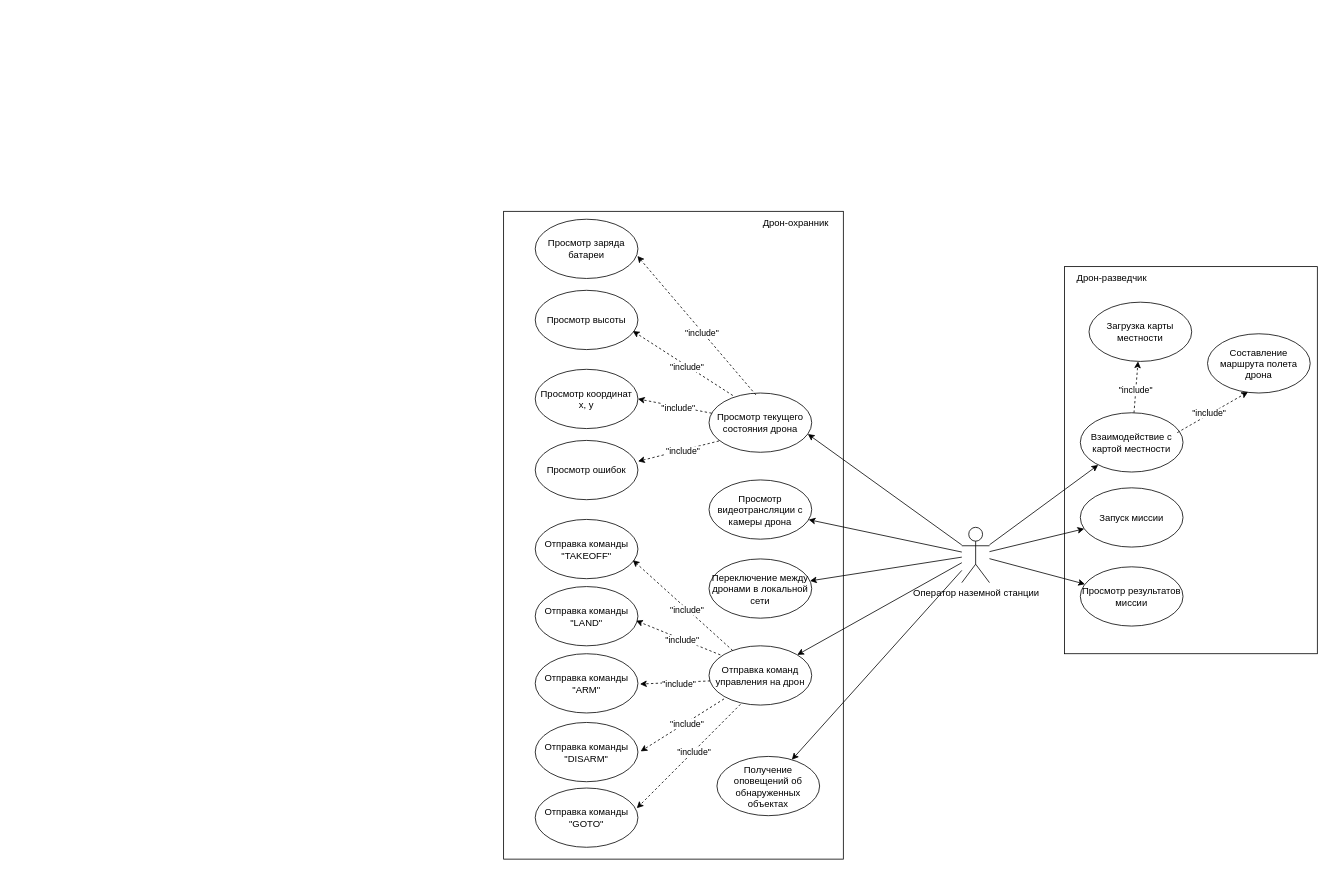
Above: src/diagrams/uml-use-case/use-case3.drawio in zimkov/system-engineering-playbook (draw.io), before the change. Source tidied: cells renumbered, new cells numbered last; positions are measured from the earlier drawing's top-left corner, leaving out a move shared by most shapes. Both pictures are drawn from the tidied source at 79%, with x=0, y=0 at pixel (503, 211).
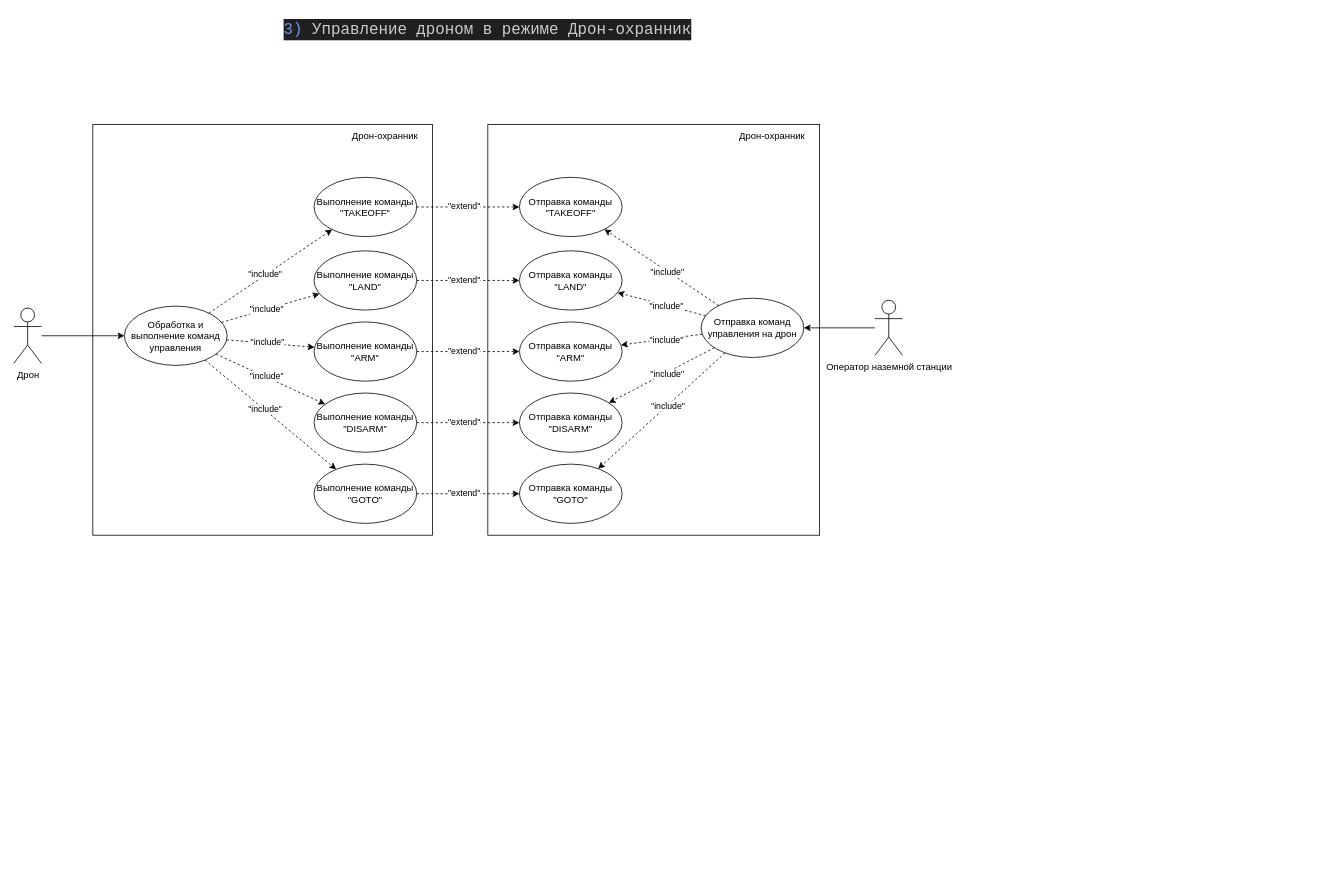
The same page after the edit.

Commit message (it also covers changes not shown here):
use-case

The edit, as a diff of the source:
```diff
@@
-    <mxCell id="2" style="rounded=0;whiteSpace=wrap;html=1;fillColor=none;" parent="1" vertex="1">
-      <mxGeometry width="430" height="820" as="geometry" />
-    </mxCell>
-    <mxCell id="3" style="rounded=0;whiteSpace=wrap;html=1;fillColor=none;" parent="1" vertex="1">
-      <mxGeometry x="710" y="70" width="320" height="490" as="geometry" />
-    </mxCell>
-    <mxCell id="4" style="rounded=0;jettySize=auto;html=1;" parent="1" edge="1" source="12" target="13">
-      <mxGeometry relative="1" as="geometry" />
-    </mxCell>
-    <mxCell id="5" style="rounded=0;jettySize=auto;html=1;entryX=0.174;entryY=0.881;entryDx=0;entryDy=0;entryPerimeter=0;" parent="1" edge="1" source="12" target="16">
-      <mxGeometry relative="1" as="geometry" />
-    </mxCell>
-    <mxCell id="6" style="rounded=0;jettySize=auto;html=1;" parent="1" edge="1" source="12" target="21">
-      <mxGeometry relative="1" as="geometry" />
-    </mxCell>
-    <mxCell id="7" style="rounded=0;jettySize=auto;html=1;" parent="1" edge="1" source="12" target="22">
-      <mxGeometry relative="1" as="geometry" />
-    </mxCell>
-    <mxCell id="8" style="rounded=0;jettySize=auto;html=1;entryX=0.962;entryY=0.693;entryDx=0;entryDy=0;entryPerimeter=0;" parent="1" edge="1" source="12" target="23">
-      <mxGeometry relative="1" as="geometry" />
-    </mxCell>
+    <mxCell id="56" value="&lt;div style=&quot;color: #cccccc;background-color: #1f1f1f;font-family: Consolas, 'Courier New', monospace;font-weight: normal;font-size: 20px;line-height: 27px;white-space: pre;&quot;&gt;&lt;div&gt;&lt;span style=&quot;color: #6796e6;&quot;&gt;3)&lt;/span&gt;&lt;span style=&quot;color: #cccccc;&quot;&gt; Управление дроном в режиме Дрон-охранник&lt;/span&gt;&lt;/div&gt;&lt;/div&gt;" style="text;whiteSpace=wrap;html=1;" parent="1" vertex="1">
+      <mxGeometry x="-280" y="-250" width="510" height="50" as="geometry" />
+    </mxCell>
+    <mxCell id="57" style="rounded=0;whiteSpace=wrap;html=1;fillColor=none;" parent="1" vertex="1">
+      <mxGeometry x="-20" y="-110" width="420" height="520" as="geometry" />
+    </mxCell>
@@
-    <mxCell id="10" style="rounded=0;jettySize=auto;html=1;" parent="1" edge="1" source="12" target="42">
-      <mxGeometry relative="1" as="geometry" />
-    </mxCell>
-    <mxCell id="11" style="rounded=0;jettySize=auto;html=1;" parent="1" edge="1" source="12" target="55">
-      <mxGeometry relative="1" as="geometry" />
-    </mxCell>
     <mxCell id="12" value="Оператор наземной станции" style="shape=umlActor;verticalLabelPosition=bottom;verticalAlign=top;html=1;outlineConnect=0;" parent="1" vertex="1">
-      <mxGeometry x="580" y="400" width="35" height="70" as="geometry" />
+      <mxGeometry x="470" y="112.5" width="35" height="70" as="geometry" />
     </mxCell>
-    <mxCell id="13" value="Просмотр видеотрансляции с камеры дрона" style="ellipse;whiteSpace=wrap;html=1;verticalAlign=middle;" parent="1" vertex="1">
-      <mxGeometry x="260" y="340" width="130" height="75" as="geometry" />
-    </mxCell>
-    <mxCell id="14" style="rounded=0;jettySize=auto;html=1;dashed=1;" parent="1" edge="1" source="16" target="18">
-      <mxGeometry relative="1" as="geometry" />
-    </mxCell>
-    <mxCell id="15" value="&quot;include&quot;" style="edgeLabel;html=1;align=center;verticalAlign=middle;" parent="14" vertex="1">
-      <mxGeometry x="-0.09" y="1" relative="1" as="geometry" />
-    </mxCell>
-    <mxCell id="16" value="Взаимодействие с картой местности" style="ellipse;whiteSpace=wrap;html=1;verticalAlign=middle;" parent="1" vertex="1">
-      <mxGeometry x="730" y="255" width="130" height="75" as="geometry" />
-    </mxCell>
-    <mxCell id="17" value="Составление маршрута полета дрона" style="ellipse;whiteSpace=wrap;html=1;verticalAlign=middle;" parent="1" vertex="1">
-      <mxGeometry x="891" y="155" width="130" height="75" as="geometry" />
-    </mxCell>
-    <mxCell id="18" value="Загрузка карты местности" style="ellipse;whiteSpace=wrap;html=1;verticalAlign=middle;" parent="1" vertex="1">
-      <mxGeometry x="741" y="115" width="130" height="75" as="geometry" />
-    </mxCell>
-    <mxCell id="19" style="rounded=0;jettySize=auto;html=1;dashed=1;exitX=0.944;exitY=0.335;exitDx=0;exitDy=0;exitPerimeter=0;entryX=0.394;entryY=0.983;entryDx=0;entryDy=0;entryPerimeter=0;" parent="1" edge="1" source="16" target="17">
-      <mxGeometry relative="1" as="geometry" />
-    </mxCell>
-    <mxCell id="20" value="&quot;include&quot;" style="edgeLabel;html=1;align=center;verticalAlign=middle;" parent="19" vertex="1">
-      <mxGeometry x="-0.09" y="1" relative="1" as="geometry" />
-    </mxCell>
-    <mxCell id="21" value="Запуск миссии" style="ellipse;whiteSpace=wrap;html=1;verticalAlign=middle;" parent="1" vertex="1">
-      <mxGeometry x="730" y="350" width="130" height="75" as="geometry" />
-    </mxCell>
-    <mxCell id="22" value="Просмотр результатов миссии" style="ellipse;whiteSpace=wrap;html=1;verticalAlign=middle;" parent="1" vertex="1">
-      <mxGeometry x="730" y="450" width="130" height="75" as="geometry" />
-    </mxCell>
-    <mxCell id="23" value="Просмотр текущего состояния дрона" style="ellipse;whiteSpace=wrap;html=1;verticalAlign=middle;" parent="1" vertex="1">
-      <mxGeometry x="260" y="230" width="130" height="75" as="geometry" />
-    </mxCell>
-    <mxCell id="24" value="Просмотр координат x, y" style="ellipse;whiteSpace=wrap;html=1;verticalAlign=middle;" parent="1" vertex="1">
-      <mxGeometry x="40" y="200" width="130" height="75" as="geometry" />
-    </mxCell>
-    <mxCell id="25" value="Просмотр высоты" style="ellipse;whiteSpace=wrap;html=1;verticalAlign=middle;" parent="1" vertex="1">
-      <mxGeometry x="40" y="100" width="130" height="75" as="geometry" />
-    </mxCell>
-    <mxCell id="26" value="Просмотр заряда батареи" style="ellipse;whiteSpace=wrap;html=1;verticalAlign=middle;" parent="1" vertex="1">
-      <mxGeometry x="40" y="10" width="130" height="75" as="geometry" />
-    </mxCell>
-    <mxCell id="27" value="Просмотр ошибок" style="ellipse;whiteSpace=wrap;html=1;verticalAlign=middle;" parent="1" vertex="1">
-      <mxGeometry x="40" y="290" width="130" height="75" as="geometry" />
-    </mxCell>
-    <mxCell id="28" style="rounded=0;jettySize=auto;html=1;dashed=1;entryX=1.001;entryY=0.353;entryDx=0;entryDy=0;entryPerimeter=0;exitX=0.097;exitY=0.809;exitDx=0;exitDy=0;exitPerimeter=0;" parent="1" edge="1" source="23" target="27">
-      <mxGeometry relative="1" as="geometry" />
-    </mxCell>
-    <mxCell id="29" value="&quot;include&quot;" style="edgeLabel;html=1;align=center;verticalAlign=middle;" parent="28" vertex="1">
-      <mxGeometry x="-0.09" y="1" relative="1" as="geometry" />
-    </mxCell>
-    <mxCell id="30" style="rounded=0;jettySize=auto;html=1;dashed=1;entryX=0.995;entryY=0.62;entryDx=0;entryDy=0;entryPerimeter=0;exitX=0.456;exitY=0.031;exitDx=0;exitDy=0;exitPerimeter=0;" parent="1" edge="1" source="23" target="26">
-      <mxGeometry relative="1" as="geometry" />
-    </mxCell>
-    <mxCell id="31" value="&quot;include&quot;" style="edgeLabel;html=1;align=center;verticalAlign=middle;" parent="30" vertex="1">
-      <mxGeometry x="-0.09" y="1" relative="1" as="geometry" />
-    </mxCell>
-    <mxCell id="32" style="rounded=0;jettySize=auto;html=1;dashed=1;entryX=0.95;entryY=0.687;entryDx=0;entryDy=0;entryPerimeter=0;exitX=0.232;exitY=0.042;exitDx=0;exitDy=0;exitPerimeter=0;" parent="1" edge="1" source="23" target="25">
-      <mxGeometry relative="1" as="geometry" />
-    </mxCell>
-    <mxCell id="33" value="&quot;include&quot;" style="edgeLabel;html=1;align=center;verticalAlign=middle;" parent="32" vertex="1">
-      <mxGeometry x="-0.09" y="1" relative="1" as="geometry" />
-    </mxCell>
-    <mxCell id="34" style="rounded=0;jettySize=auto;html=1;dashed=1;entryX=1;entryY=0.5;entryDx=0;entryDy=0;" parent="1" edge="1" source="23" target="24">
-      <mxGeometry relative="1" as="geometry" />
-    </mxCell>
-    <mxCell id="35" value="&quot;include&quot;" style="edgeLabel;html=1;align=center;verticalAlign=middle;" parent="34" vertex="1">
-      <mxGeometry x="-0.09" y="1" relative="1" as="geometry" />
-    </mxCell>
     <mxCell id="36" value="Отправка команд управления на дрон" style="ellipse;whiteSpace=wrap;html=1;verticalAlign=middle;" parent="1" vertex="1">
-      <mxGeometry x="260" y="550" width="130" height="75" as="geometry" />
+      <mxGeometry x="250" y="110" width="130" height="75" as="geometry" />
     </mxCell>
     <mxCell id="37" value="Отправка команды &quot;ARM&quot;" style="ellipse;whiteSpace=wrap;html=1;verticalAlign=middle;" parent="1" vertex="1">
-      <mxGeometry x="40" y="560" width="130" height="75" as="geometry" />
+      <mxGeometry x="20" y="140" width="130" height="75" as="geometry" />
     </mxCell>
     <mxCell id="38" value="Отправка команды &quot;DISARM&quot;" style="ellipse;whiteSpace=wrap;html=1;verticalAlign=middle;" parent="1" vertex="1">
-      <mxGeometry x="40" y="647" width="130" height="75" as="geometry" />
+      <mxGeometry x="20" y="230" width="130" height="75" as="geometry" />
     </mxCell>
     <mxCell id="39" value="Отправка команды &quot;TAKEOFF&quot;" style="ellipse;whiteSpace=wrap;html=1;verticalAlign=middle;" parent="1" vertex="1">
-      <mxGeometry x="40" y="390" width="130" height="75" as="geometry" />
+      <mxGeometry x="20" y="-43" width="130" height="75" as="geometry" />
     </mxCell>
     <mxCell id="40" value="Отправка команды &quot;LAND&quot;" style="ellipse;whiteSpace=wrap;html=1;verticalAlign=middle;" parent="1" vertex="1">
-      <mxGeometry x="40" y="475" width="130" height="75" as="geometry" />
+      <mxGeometry x="20" y="50" width="130" height="75" as="geometry" />
     </mxCell>
     <mxCell id="41" value="Отправка команды &quot;GOTO&quot;" style="ellipse;whiteSpace=wrap;html=1;verticalAlign=middle;" parent="1" vertex="1">
-      <mxGeometry x="40" y="730" width="130" height="75" as="geometry" />
+      <mxGeometry x="20" y="320" width="130" height="75" as="geometry" />
     </mxCell>
-    <mxCell id="42" value="Переключение между дронами в локальной сети" style="ellipse;whiteSpace=wrap;html=1;verticalAlign=middle;" parent="1" vertex="1">
-      <mxGeometry x="260" y="440" width="130" height="75" as="geometry" />
-    </mxCell>
-    <mxCell id="43" style="rounded=0;jettySize=auto;html=1;dashed=1;entryX=0.95;entryY=0.687;entryDx=0;entryDy=0;entryPerimeter=0;" parent="1" edge="1" source="36" target="39">
+    <mxCell id="43" style="rounded=0;jettySize=auto;html=1;dashed=1;" parent="1" edge="1" source="36" target="39">
       <mxGeometry relative="1" as="geometry" />
     </mxCell>
-    <mxCell id="44" value="&quot;include&quot;" style="edgeLabel;html=1;align=center;verticalAlign=middle;" parent="43" vertex="1">
-      <mxGeometry x="-0.09" y="1" relative="1" as="geometry" />
-    </mxCell>
+    <mxCell id="58" value="&quot;include&quot;" style="edgeLabel;html=1;align=center;verticalAlign=middle;" parent="43" vertex="1">
+      <mxGeometry x="-0.09" y="1" relative="1" as="geometry" />
+    </mxCell>
-    <mxCell id="45" style="rounded=0;jettySize=auto;html=1;dashed=1;entryX=0.982;entryY=0.576;entryDx=0;entryDy=0;entryPerimeter=0;exitX=0.11;exitY=0.153;exitDx=0;exitDy=0;exitPerimeter=0;" parent="1" edge="1" source="36" target="40">
+    <mxCell id="45" style="rounded=0;jettySize=auto;html=1;dashed=1;" parent="1" edge="1" source="36" target="40">
       <mxGeometry relative="1" as="geometry" />
     </mxCell>
-    <mxCell id="46" value="&quot;include&quot;" style="edgeLabel;html=1;align=center;verticalAlign=middle;" parent="45" vertex="1">
-      <mxGeometry x="-0.09" y="1" relative="1" as="geometry" />
-    </mxCell>
+    <mxCell id="59" value="&quot;include&quot;" style="edgeLabel;html=1;align=center;verticalAlign=middle;" parent="45" vertex="1">
+      <mxGeometry x="-0.09" y="1" relative="1" as="geometry" />
+    </mxCell>
-    <mxCell id="47" style="rounded=0;jettySize=auto;html=1;dashed=1;entryX=1.02;entryY=0.512;entryDx=0;entryDy=0;entryPerimeter=0;exitX=0.011;exitY=0.592;exitDx=0;exitDy=0;exitPerimeter=0;" parent="1" edge="1" source="36" target="37">
+    <mxCell id="47" style="rounded=0;jettySize=auto;html=1;dashed=1;" parent="1" edge="1" source="36" target="37">
       <mxGeometry relative="1" as="geometry" />
     </mxCell>
-    <mxCell id="48" value="&quot;include&quot;" style="edgeLabel;html=1;align=center;verticalAlign=middle;" parent="47" vertex="1">
-      <mxGeometry x="-0.09" y="1" relative="1" as="geometry" />
-    </mxCell>
+    <mxCell id="60" value="&quot;include&quot;" style="edgeLabel;html=1;align=center;verticalAlign=middle;" parent="47" vertex="1">
+      <mxGeometry x="-0.09" y="1" relative="1" as="geometry" />
+    </mxCell>
-    <mxCell id="49" style="rounded=0;jettySize=auto;html=1;dashed=1;entryX=1.026;entryY=0.488;entryDx=0;entryDy=0;entryPerimeter=0;exitX=0.146;exitY=0.896;exitDx=0;exitDy=0;exitPerimeter=0;" parent="1" edge="1" source="36" target="38">
+    <mxCell id="49" style="rounded=0;jettySize=auto;html=1;dashed=1;" parent="1" edge="1" source="36" target="38">
       <mxGeometry relative="1" as="geometry" />
     </mxCell>
-    <mxCell id="50" value="&quot;include&quot;" style="edgeLabel;html=1;align=center;verticalAlign=middle;" parent="49" vertex="1">
-      <mxGeometry x="-0.09" y="1" relative="1" as="geometry" />
-    </mxCell>
+    <mxCell id="61" value="&quot;include&quot;" style="edgeLabel;html=1;align=center;verticalAlign=middle;" parent="49" vertex="1">
+      <mxGeometry x="-0.09" y="1" relative="1" as="geometry" />
+    </mxCell>
-    <mxCell id="51" style="rounded=0;jettySize=auto;html=1;dashed=1;entryX=0.989;entryY=0.341;entryDx=0;entryDy=0;entryPerimeter=0;exitX=0.306;exitY=0.987;exitDx=0;exitDy=0;exitPerimeter=0;" parent="1" edge="1" source="36" target="41">
+    <mxCell id="51" style="rounded=0;jettySize=auto;html=1;dashed=1;" parent="1" edge="1" source="36" target="41">
       <mxGeometry relative="1" as="geometry" />
     </mxCell>
-    <mxCell id="52" value="&quot;include&quot;" style="edgeLabel;html=1;align=center;verticalAlign=middle;" parent="51" vertex="1">
-      <mxGeometry x="-0.09" y="1" relative="1" as="geometry" />
-    </mxCell>
-    <mxCell id="53" value="Дрон-охранник" style="text;html=1;align=center;verticalAlign=middle;whiteSpace=wrap;rounded=0;" parent="1" vertex="1">
-      <mxGeometry x="310" width="120" height="30" as="geometry" />
-    </mxCell>
-    <mxCell id="54" value="Дрон-разведчик" style="text;html=1;align=center;verticalAlign=middle;whiteSpace=wrap;rounded=0;" parent="1" vertex="1">
-      <mxGeometry x="710" y="70" width="120" height="30" as="geometry" />
-    </mxCell>
-    <mxCell id="55" value="Получение оповещений об обнаруженных объектах" style="ellipse;whiteSpace=wrap;html=1;verticalAlign=middle;" parent="1" vertex="1">
-      <mxGeometry x="270" y="690" width="130" height="75" as="geometry" />
-    </mxCell>
+    <mxCell id="62" value="&quot;include&quot;" style="edgeLabel;html=1;align=center;verticalAlign=middle;" parent="51" vertex="1">
+      <mxGeometry x="-0.09" y="1" relative="1" as="geometry" />
+    </mxCell>
+    <mxCell id="63" value="Дрон-охранник" style="text;html=1;align=center;verticalAlign=middle;whiteSpace=wrap;rounded=0;" parent="1" vertex="1">
+      <mxGeometry x="280" y="-110" width="120" height="30" as="geometry" />
+    </mxCell>
+    <mxCell id="64" style="rounded=0;whiteSpace=wrap;html=1;fillColor=none;" parent="1" vertex="1">
+      <mxGeometry x="-520" y="-110" width="430" height="520" as="geometry" />
+    </mxCell>
+    <mxCell id="65" style="rounded=0;jettySize=auto;html=1;" parent="1" edge="1" source="66" target="67">
+      <mxGeometry relative="1" as="geometry" />
+    </mxCell>
+    <mxCell id="66" value="Дрон" style="shape=umlActor;verticalLabelPosition=bottom;verticalAlign=top;html=1;outlineConnect=0;" parent="1" vertex="1">
+      <mxGeometry x="-620" y="122.5" width="35" height="70" as="geometry" />
+    </mxCell>
+    <mxCell id="67" value="Обработка и выполнение команд управления" style="ellipse;whiteSpace=wrap;html=1;verticalAlign=middle;" parent="1" vertex="1">
+      <mxGeometry x="-480" y="120" width="130" height="75" as="geometry" />
+    </mxCell>
+    <mxCell id="68" value="Выполнение&amp;nbsp;команды &quot;ARM&quot;" style="ellipse;whiteSpace=wrap;html=1;verticalAlign=middle;" parent="1" vertex="1">
+      <mxGeometry x="-240" y="140" width="130" height="75" as="geometry" />
+    </mxCell>
+    <mxCell id="69" value="Выполнение&amp;nbsp;команды &quot;DISARM&quot;" style="ellipse;whiteSpace=wrap;html=1;verticalAlign=middle;" parent="1" vertex="1">
+      <mxGeometry x="-240" y="230" width="130" height="75" as="geometry" />
+    </mxCell>
+    <mxCell id="70" value="Выполнение команды &quot;TAKEOFF&quot;" style="ellipse;whiteSpace=wrap;html=1;verticalAlign=middle;" parent="1" vertex="1">
+      <mxGeometry x="-240" y="-43" width="130" height="75" as="geometry" />
+    </mxCell>
+    <mxCell id="71" value="Выполнение&amp;nbsp;команды &quot;LAND&quot;" style="ellipse;whiteSpace=wrap;html=1;verticalAlign=middle;" parent="1" vertex="1">
+      <mxGeometry x="-240" y="50" width="130" height="75" as="geometry" />
+    </mxCell>
+    <mxCell id="72" value="Выполнение&amp;nbsp;команды &quot;GOTO&quot;" style="ellipse;whiteSpace=wrap;html=1;verticalAlign=middle;" parent="1" vertex="1">
+      <mxGeometry x="-240" y="320" width="130" height="75" as="geometry" />
+    </mxCell>
+    <mxCell id="73" style="rounded=0;jettySize=auto;html=1;dashed=1;" parent="1" edge="1" source="67" target="70">
+      <mxGeometry relative="1" as="geometry" />
+    </mxCell>
+    <mxCell id="74" value="&quot;include&quot;" style="edgeLabel;html=1;align=center;verticalAlign=middle;" parent="73" vertex="1">
+      <mxGeometry x="-0.09" y="1" relative="1" as="geometry" />
+    </mxCell>
+    <mxCell id="75" style="rounded=0;jettySize=auto;html=1;dashed=1;" parent="1" edge="1" source="67" target="71">
+      <mxGeometry relative="1" as="geometry" />
+    </mxCell>
+    <mxCell id="76" value="&quot;include&quot;" style="edgeLabel;html=1;align=center;verticalAlign=middle;" parent="75" vertex="1">
+      <mxGeometry x="-0.09" y="1" relative="1" as="geometry" />
+    </mxCell>
+    <mxCell id="77" style="rounded=0;jettySize=auto;html=1;dashed=1;" parent="1" edge="1" source="67" target="68">
+      <mxGeometry relative="1" as="geometry" />
+    </mxCell>
+    <mxCell id="78" value="&quot;include&quot;" style="edgeLabel;html=1;align=center;verticalAlign=middle;" parent="77" vertex="1">
+      <mxGeometry x="-0.09" y="1" relative="1" as="geometry" />
+    </mxCell>
+    <mxCell id="79" style="rounded=0;jettySize=auto;html=1;dashed=1;" parent="1" edge="1" source="67" target="69">
+      <mxGeometry relative="1" as="geometry" />
+    </mxCell>
+    <mxCell id="80" value="&quot;include&quot;" style="edgeLabel;html=1;align=center;verticalAlign=middle;" parent="79" vertex="1">
+      <mxGeometry x="-0.09" y="1" relative="1" as="geometry" />
+    </mxCell>
+    <mxCell id="81" style="rounded=0;jettySize=auto;html=1;dashed=1;" parent="1" edge="1" source="67" target="72">
+      <mxGeometry relative="1" as="geometry" />
+    </mxCell>
+    <mxCell id="82" value="&quot;include&quot;" style="edgeLabel;html=1;align=center;verticalAlign=middle;" parent="81" vertex="1">
+      <mxGeometry x="-0.09" y="1" relative="1" as="geometry" />
+    </mxCell>
+    <mxCell id="83" value="Дрон-охранник" style="text;html=1;align=center;verticalAlign=middle;whiteSpace=wrap;rounded=0;" parent="1" vertex="1">
+      <mxGeometry x="-210" y="-110" width="120" height="30" as="geometry" />
+    </mxCell>
+    <mxCell id="84" style="rounded=0;jettySize=auto;html=1;dashed=1;" parent="1" edge="1" source="70" target="39">
+      <mxGeometry relative="1" as="geometry" />
+    </mxCell>
+    <mxCell id="85" value="&quot;extend&quot;" style="edgeLabel;html=1;align=center;verticalAlign=middle;" parent="84" vertex="1">
+      <mxGeometry x="-0.09" y="1" relative="1" as="geometry" />
+    </mxCell>
+    <mxCell id="86" style="rounded=0;jettySize=auto;html=1;dashed=1;" parent="1" edge="1" source="71" target="40">
+      <mxGeometry relative="1" as="geometry" />
+    </mxCell>
+    <mxCell id="87" value="&quot;extend&quot;" style="edgeLabel;html=1;align=center;verticalAlign=middle;" parent="86" vertex="1">
+      <mxGeometry x="-0.09" y="1" relative="1" as="geometry" />
+    </mxCell>
+    <mxCell id="88" style="rounded=0;jettySize=auto;html=1;dashed=1;" parent="1" edge="1" source="68" target="37">
+      <mxGeometry relative="1" as="geometry" />
+    </mxCell>
+    <mxCell id="89" value="&quot;extend&quot;" style="edgeLabel;html=1;align=center;verticalAlign=middle;" parent="88" vertex="1">
+      <mxGeometry x="-0.09" y="1" relative="1" as="geometry" />
+    </mxCell>
+    <mxCell id="90" style="rounded=0;jettySize=auto;html=1;dashed=1;" parent="1" edge="1" source="69" target="38">
+      <mxGeometry relative="1" as="geometry" />
+    </mxCell>
+    <mxCell id="91" value="&quot;extend&quot;" style="edgeLabel;html=1;align=center;verticalAlign=middle;" parent="90" vertex="1">
+      <mxGeometry x="-0.09" y="1" relative="1" as="geometry" />
+    </mxCell>
+    <mxCell id="92" style="rounded=0;jettySize=auto;html=1;dashed=1;" parent="1" edge="1" source="72" target="41">
+      <mxGeometry relative="1" as="geometry" />
+    </mxCell>
+    <mxCell id="93" value="&quot;extend&quot;" style="edgeLabel;html=1;align=center;verticalAlign=middle;" parent="92" vertex="1">
+      <mxGeometry x="-0.09" y="1" relative="1" as="geometry" />
+    </mxCell>
```
